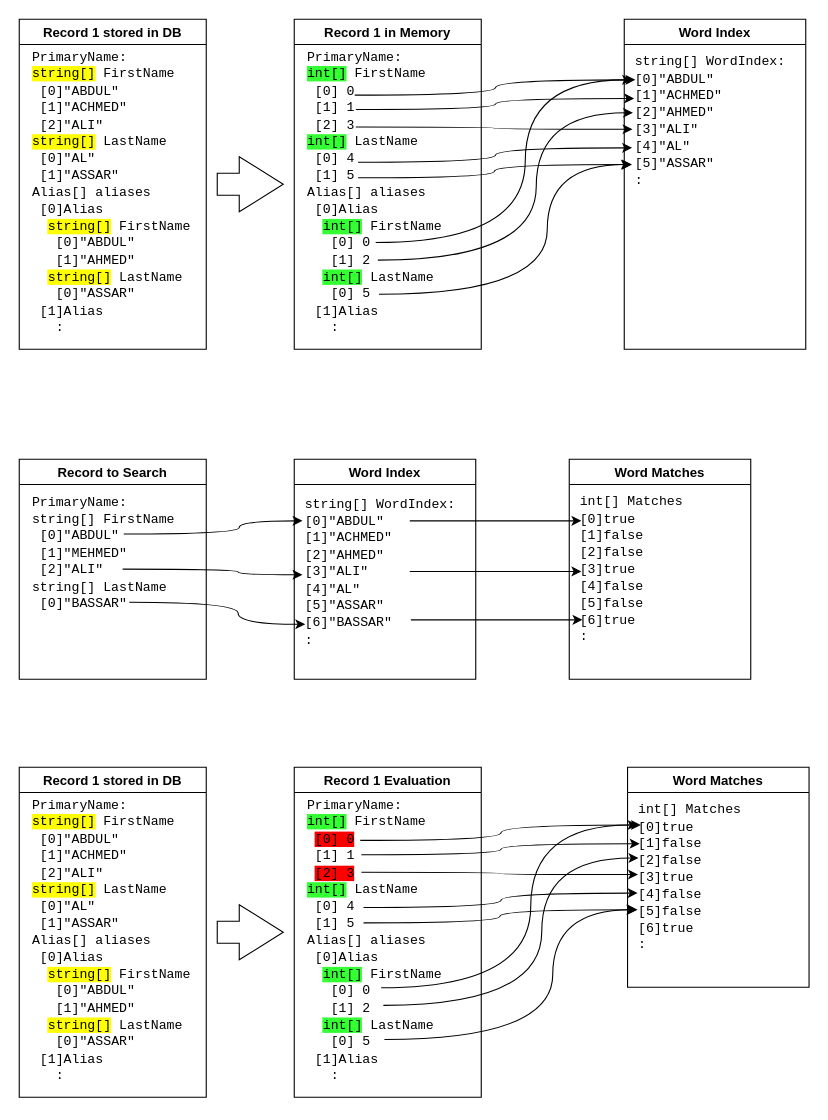
The draw.io diagram Diagrams/AnaSys/CoFi/InMemory-List-Record-Structure.drawio in feifel/notion, before the edit. Source tidied: cells renumbered, new cells numbered last; positions are measured from the earlier drawing's top-left corner, leaving out a move shared by most shapes. Both pictures are drawn from the tidied source at 110%, with x=0, y=0 at pixel (19, 19).
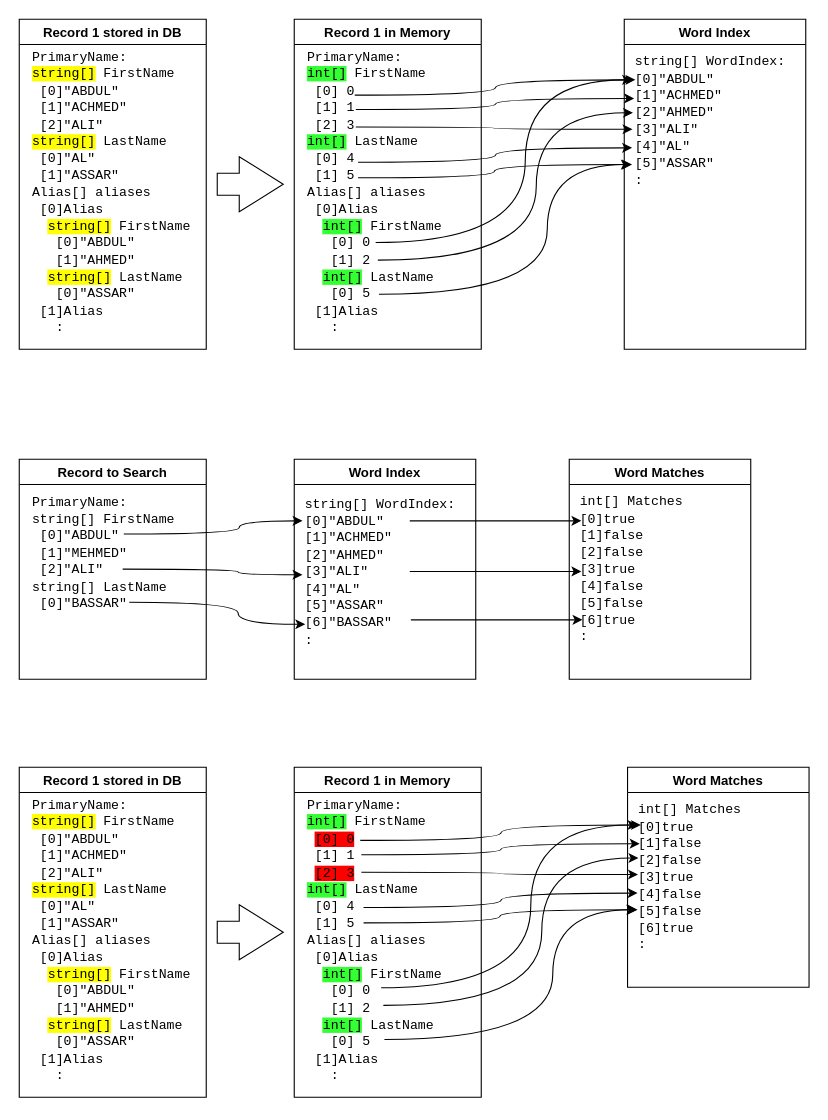
The same diagram, later.

The edit, as a diff of the source:
```diff
@@
-    <mxCell id="29" value="Record 1 Evaluation" style="swimlane;" parent="1" vertex="1">
+    <mxCell id="29" value="Record 1 in Memory" style="swimlane;" parent="1" vertex="1">
       <mxGeometry x="250" y="680" width="170" height="300" as="geometry" />
     </mxCell>
```
